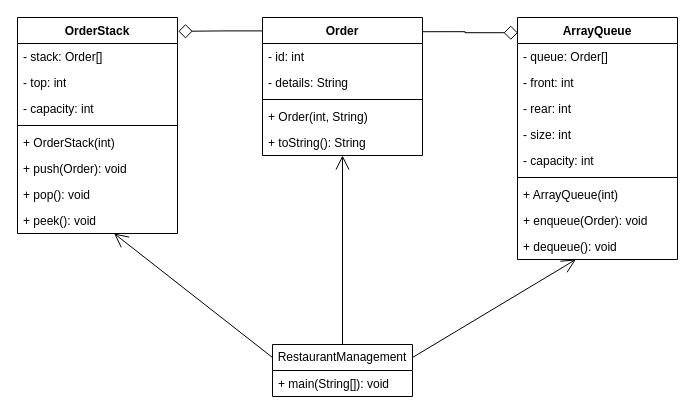
Daniel-Frederick/CPS350-Assignments keeps this draw.io diagram as frederick_daniel_restaurant_order/restaurant_order_UML.drawio. Above is the earlier version. Source tidied: cells renumbered, new cells numbered last; positions are measured from the earlier drawing's top-left corner, leaving out a move shared by most shapes. Both pictures are drawn from the tidied source at 100%, with x=0, y=0 at pixel (17, 17).
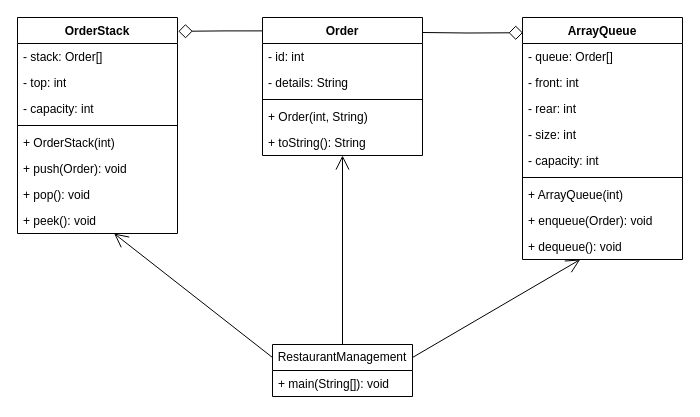
After the change.

Unchanged cells that the change refers to:
```xml
<mxCell id="12" value="Order" style="swimlane;fontStyle=1;align=center;verticalAlign=top;horizontal=1;startSize=26;whiteSpace=wrap;html=1;swimlaneFillColor=default;" parent="1" vertex="1">
  <mxGeometry x="245" width="160" height="138" as="geometry" />
</mxCell>
```

Change to the diagram source:
```diff
@@
     <mxCell id="2" value="ArrayQueue" style="swimlane;fontStyle=1;align=center;verticalAlign=top;horizontal=1;startSize=26;whiteSpace=wrap;html=1;swimlaneFillColor=default;" parent="1" vertex="1">
-      <mxGeometry x="500" width="160" height="242" as="geometry" />
+      <mxGeometry x="505" width="160" height="242" as="geometry" />
     </mxCell>
@@
-    <mxCell id="27" value="RestaurantManagement" style="swimlane;fontStyle=0;horizontal=1;startSize=26;fillColor=none;whiteSpace=wrap;html=1;" parent="1" vertex="1">
+    <mxCell id="27" value="RestaurantManagement" style="swimlane;fontStyle=0;horizontal=1;startSize=26;fillColor=default;whiteSpace=wrap;html=1;swimlaneFillColor=default;gradientColor=none;" parent="1" vertex="1">
       <mxGeometry x="255" y="327" width="140" height="52" as="geometry" />
     </mxCell>
@@
-    <mxCell id="30" style="edgeStyle=orthogonalEdgeStyle;rounded=0;jettySize=auto;html=1;entryX=0.003;entryY=0.063;entryDx=0;entryDy=0;entryPerimeter=0;endArrow=diamond;endFill=0;endSize=12;startSize=10;exitX=1.003;exitY=0.103;exitDx=0;exitDy=0;exitPerimeter=0;" parent="1" edge="1" source="12" target="2">
-      <mxGeometry relative="1" as="geometry" />
+    <mxCell id="30" style="edgeStyle=orthogonalEdgeStyle;rounded=0;jettySize=auto;html=1;entryX=0.003;entryY=0.063;entryDx=0;entryDy=0;entryPerimeter=0;endArrow=diamond;endFill=0;endSize=12;startSize=10;" parent="1" edge="1" target="2">
+      <mxGeometry relative="1" as="geometry">
+        <mxPoint x="405" y="15" as="sourcePoint" />
+      </mxGeometry>
     </mxCell>
```
